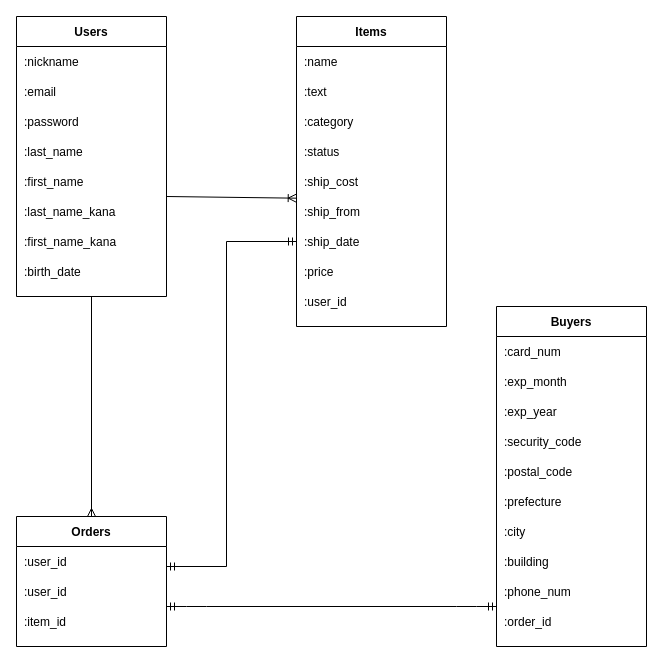
Earlier version of the draw.io diagram DB設計.dio (emisuke0301/furima-35227). Source tidied: cells renumbered, new cells numbered last; positions are measured from the earlier drawing's top-left corner, leaving out a move shared by most shapes. Both pictures are drawn from the tidied source at 100%, with x=0, y=0 at pixel (16, 16).
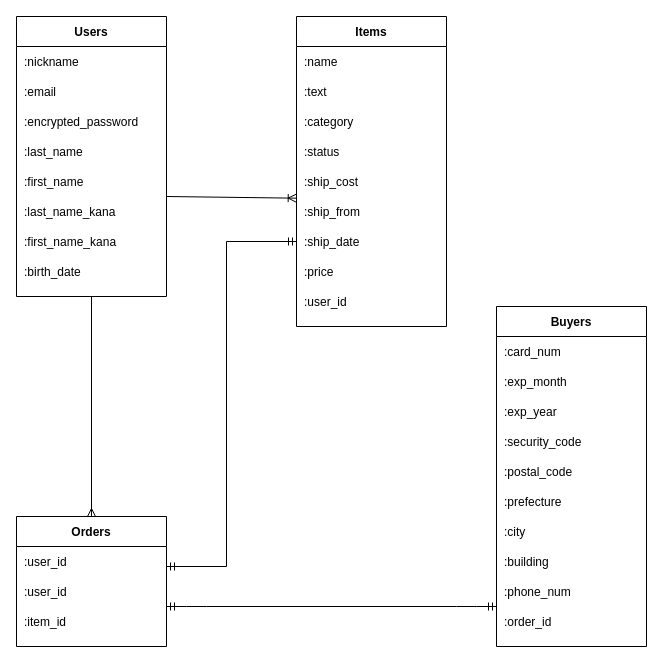
After the change.

Commit message (it also covers changes not shown here):
カラム名の変更（password）

The change refers to these unchanged cells:
```xml
<mxCell id="8" style="shape=partialRectangle;fillColor=none;top=0;left=0;bottom=0;right=0;" parent="3" vertex="1">
  <mxGeometry y="90" width="150" height="30" as="geometry" />
</mxCell>
```

Change to the diagram source:
```diff
@@
-    <mxCell id="9" value=":password" style="shape=partialRectangle;fillColor=none;top=0;left=0;bottom=0;right=0;align=left;spacingLeft=6;overflow=hidden;" parent="8" vertex="1">
+    <mxCell id="9" value=":encrypted_password" style="shape=partialRectangle;fillColor=none;top=0;left=0;bottom=0;right=0;align=left;spacingLeft=6;overflow=hidden;" parent="8" vertex="1">
       <mxGeometry width="150" height="30" as="geometry" />
     </mxCell>
```
